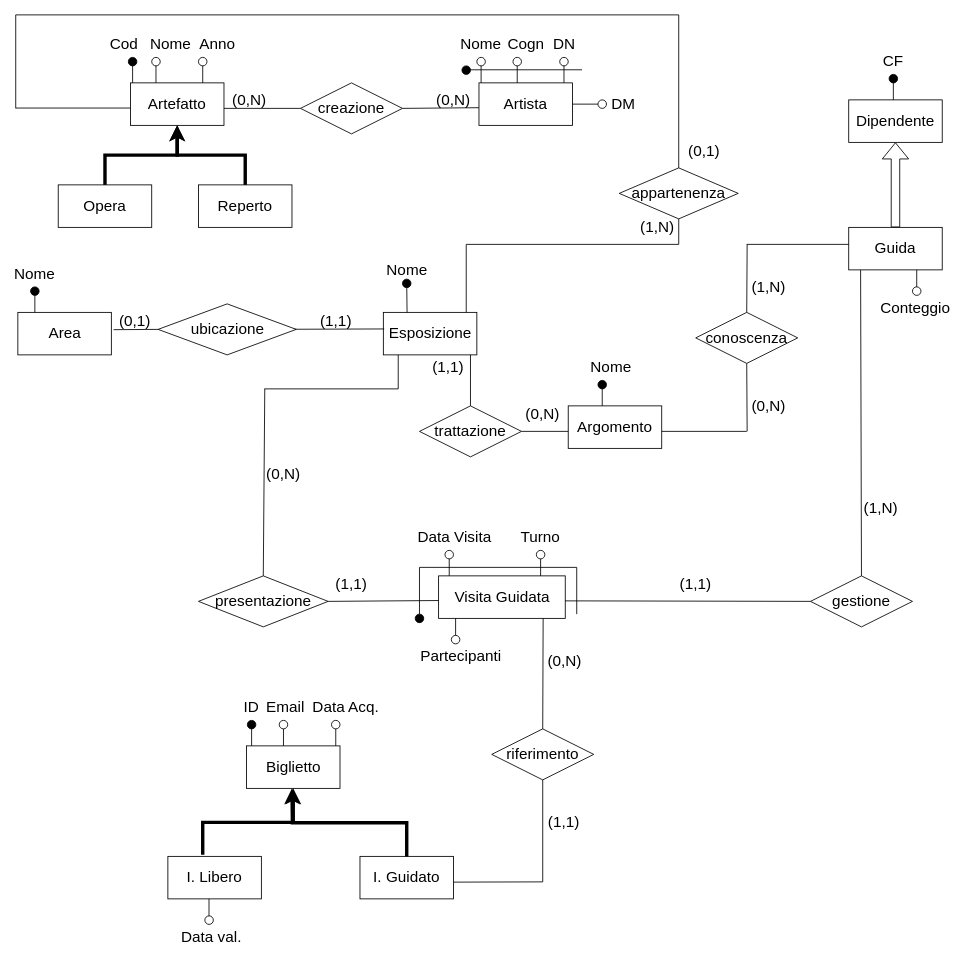
Chris-Libra-Unipd/ProgettoBasi keeps this draw.io diagram as ER.drawio. Above is the earlier version. Source tidied: cells renumbered, new cells numbered last; positions are measured from the earlier drawing's top-left corner, leaving out a move shared by most shapes. Both pictures are drawn from the tidied source at 85%, with x=0, y=0 at pixel (15, 14).
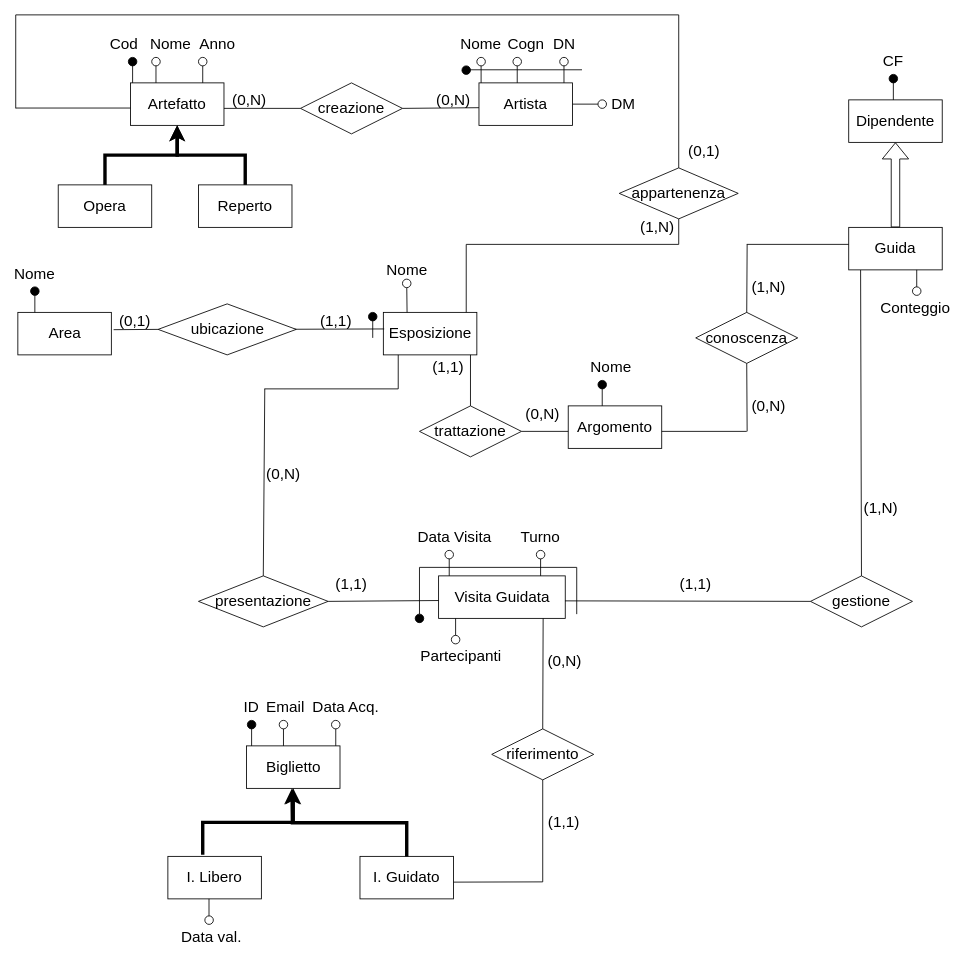
The same diagram, later.

The edit, as a diff of the source:
```diff
@@
-    <mxCell id="51" style="verticalLabelPosition=bottom;verticalAlign=top;html=1;shape=mxgraph.flowchart.on-page_reference;fillColor=#000000;" parent="1" vertex="1">
+    <mxCell id="51" style="verticalLabelPosition=bottom;verticalAlign=top;html=1;shape=mxgraph.flowchart.on-page_reference;fillColor=#FFFFFF;" parent="1" vertex="1">
       <mxGeometry x="455" y="310.9" width="10" height="10" as="geometry" />
     </mxCell>
@@
+    <mxCell id="139" style="endArrow=none;html=1;rounded=0;entryX=0.5;entryY=1;entryDx=0;entryDy=0;entryPerimeter=0;" parent="1" edge="1" source="141">
+      <mxGeometry relative="1" as="geometry">
+        <mxPoint x="420" y="360" as="targetPoint" />
+      </mxGeometry>
+    </mxCell>
+    <mxCell id="140" style="endArrow=none;html=1;rounded=0;entryX=0.5;entryY=1;entryDx=0;entryDy=0;entryPerimeter=0;" parent="1" edge="1" target="141">
+      <mxGeometry relative="1" as="geometry">
+        <mxPoint x="420" y="380" as="sourcePoint" />
+      </mxGeometry>
+    </mxCell>
+    <mxCell id="141" style="verticalLabelPosition=bottom;verticalAlign=top;html=1;shape=mxgraph.flowchart.on-page_reference;fillColor=#000000;" parent="1" vertex="1">
+      <mxGeometry x="415" y="350" width="10" height="10" as="geometry" />
+    </mxCell>
```
